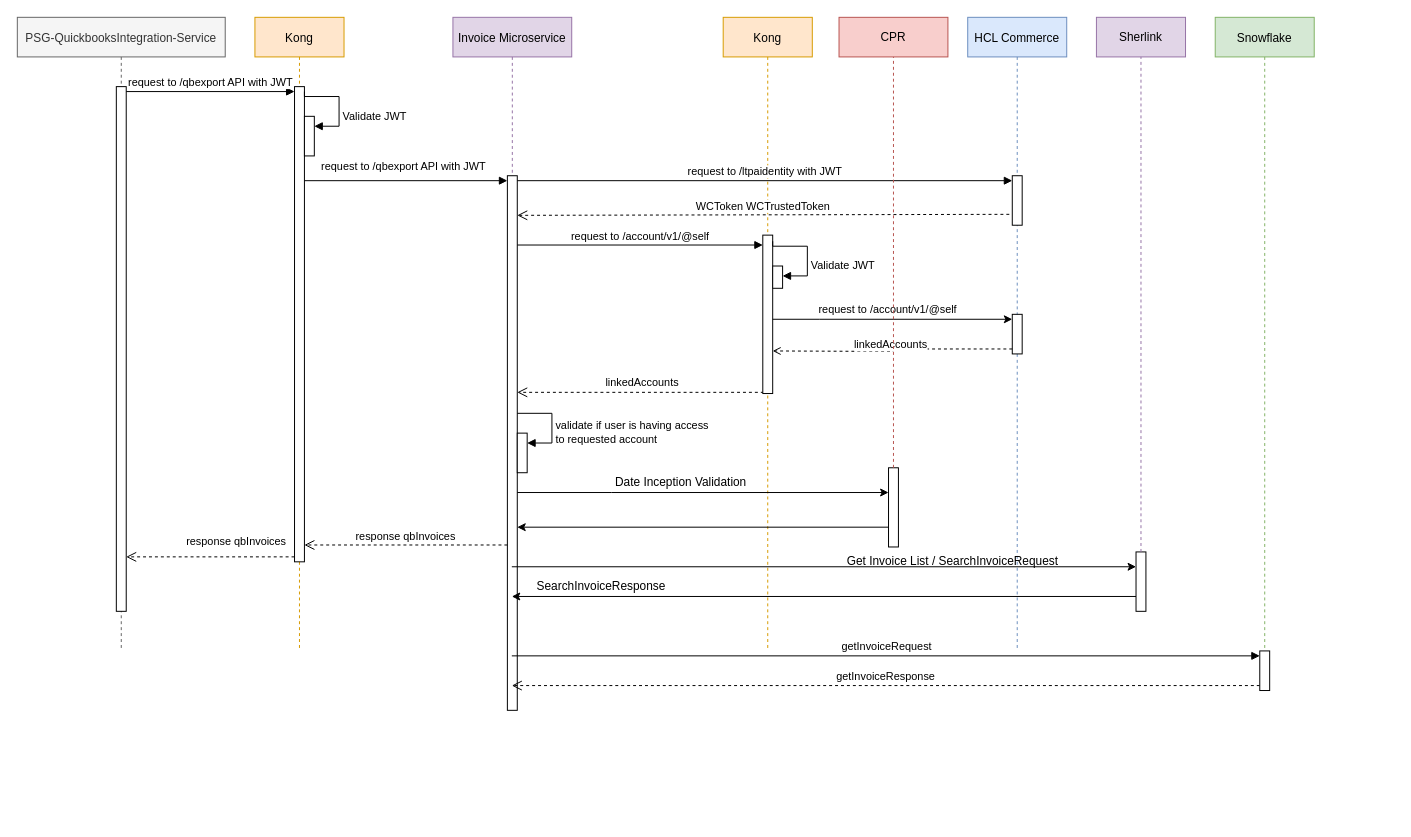
The draw.io diagram Invoice Microservice QBExport Sequence Diagram.drawio.xml in mem848/Draw.IO, before the edit. Source tidied: cells renumbered, new cells numbered last; positions are measured from the earlier drawing's top-left corner, leaving out a move shared by most shapes. Both pictures are drawn from the tidied source at 99%, with x=0, y=0 at pixel (17, 17).
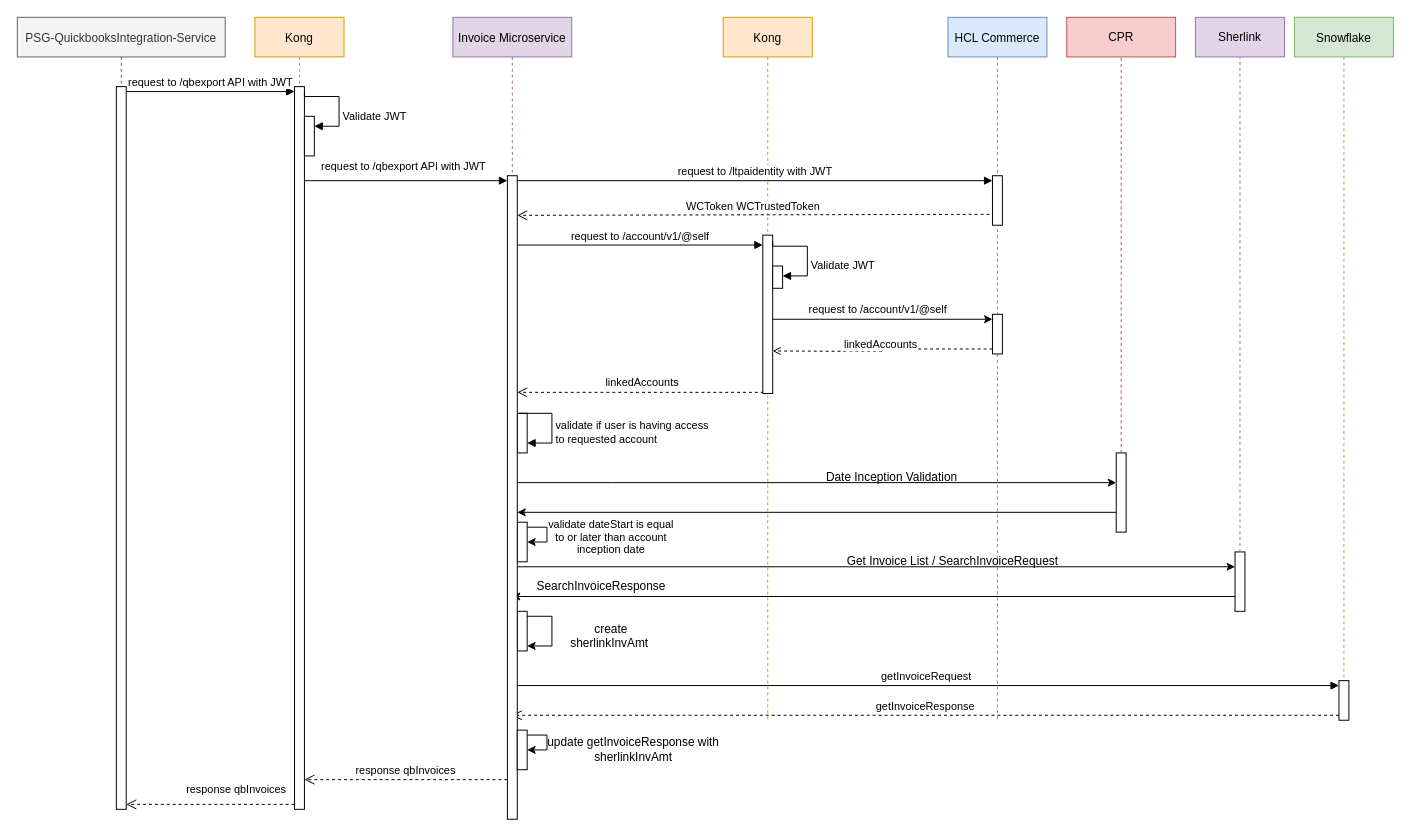
After the change.

Diff of the diagram source:
```diff
@@
     <mxCell id="2" value="PSG-QuickbooksIntegration-Service" style="shape=umlLifeline;perimeter=lifelinePerimeter;rounded=0;shadow=0;strokeWidth=1;fillColor=#f5f5f5;strokeColor=#666666;fontColor=#333333;" parent="1" vertex="1">
-      <mxGeometry width="210" height="640" as="geometry" />
+      <mxGeometry width="210" height="800" as="geometry" />
     </mxCell>
     <mxCell id="3" style="html=1;points=[[0,0,0,0,5],[0,1,0,0,-5],[1,0,0,0,5],[1,1,0,0,-5]];perimeter=orthogonalPerimeter;outlineConnect=0;targetShapes=umlLifeline;portConstraint=eastwest;newEdgeStyle={&quot;curved&quot;:0,&quot;rounded&quot;:0};" parent="2" vertex="1">
-      <mxGeometry x="100" y="70" width="10" height="530" as="geometry" />
+      <mxGeometry x="100" y="70" width="10" height="730" as="geometry" />
     </mxCell>
     <mxCell id="4" value="Invoice Microservice" style="shape=umlLifeline;perimeter=lifelinePerimeter;rounded=0;shadow=0;strokeWidth=1;fillColor=#e1d5e7;strokeColor=#9673a6;" parent="1" vertex="1">
-      <mxGeometry x="440" width="120" height="700" as="geometry" />
+      <mxGeometry x="440" width="120" height="730" as="geometry" />
     </mxCell>
-    <mxCell id="5" style="html=1;points=[[0,0,0,0,5],[0,1,0,0,-5],[1,0,0,0,5],[1,1,0,0,-5]];perimeter=orthogonalPerimeter;outlineConnect=0;targetShapes=umlLifeline;portConstraint=eastwest;newEdgeStyle={&quot;curved&quot;:0,&quot;rounded&quot;:0};" parent="4" vertex="1">
-      <mxGeometry x="55" y="160" width="10" height="540" as="geometry" />
-    </mxCell>
     <mxCell id="6" style="html=1;points=[[0,0,0,0,5],[0,1,0,0,-5],[1,0,0,0,5],[1,1,0,0,-5]];perimeter=orthogonalPerimeter;outlineConnect=0;targetShapes=umlLifeline;portConstraint=eastwest;newEdgeStyle={&quot;curved&quot;:0,&quot;rounded&quot;:0};" parent="4" vertex="1">
-      <mxGeometry x="65" y="420" width="10" height="40" as="geometry" />
+      <mxGeometry x="65" y="400" width="10" height="40" as="geometry" />
     </mxCell>
@@
+    <mxCell id="53" style="html=1;points=[[0,0,0,0,5],[0,1,0,0,-5],[1,0,0,0,5],[1,1,0,0,-5]];perimeter=orthogonalPerimeter;outlineConnect=0;targetShapes=umlLifeline;portConstraint=eastwest;newEdgeStyle={&quot;curved&quot;:0,&quot;rounded&quot;:0};" parent="4" vertex="1">
+      <mxGeometry x="65" y="510" width="10" height="40" as="geometry" />
+    </mxCell>
+    <mxCell id="54" style="edgeStyle=orthogonalEdgeStyle;rounded=0;orthogonalLoop=1;jettySize=auto;html=1;curved=0;exitX=1;exitY=0;exitDx=0;exitDy=5;exitPerimeter=0;" parent="4" edge="1" source="53" target="53">
+      <mxGeometry relative="1" as="geometry" />
+    </mxCell>
+    <mxCell id="55" style="html=1;points=[[0,0,0,0,5],[0,1,0,0,-5],[1,0,0,0,5],[1,1,0,0,-5]];perimeter=orthogonalPerimeter;outlineConnect=0;targetShapes=umlLifeline;portConstraint=eastwest;newEdgeStyle={&quot;curved&quot;:0,&quot;rounded&quot;:0};" parent="4" vertex="1">
+      <mxGeometry x="65" y="600" width="10" height="40" as="geometry" />
+    </mxCell>
+    <mxCell id="56" style="endArrow=classic;html=1;rounded=0;exitX=1;exitY=0;exitDx=0;exitDy=5;exitPerimeter=0;" parent="4" edge="1" source="55" target="55">
+      <mxGeometry relative="1" as="geometry">
+        <Array as="points">
+          <mxPoint x="100" y="605" />
+        </Array>
+      </mxGeometry>
+    </mxCell>
+    <mxCell id="57" style="endArrow=classic;html=1;rounded=0;exitX=0;exitY=1;exitDx=0;exitDy=-5;exitPerimeter=0;" parent="4" edge="1">
+      <mxGeometry relative="1" as="geometry">
+        <mxPoint x="670" y="500" as="sourcePoint" />
+        <mxPoint x="65" y="500" as="targetPoint" />
+      </mxGeometry>
+    </mxCell>
     <mxCell id="8" value="HCL Commerce" style="shape=umlLifeline;perimeter=lifelinePerimeter;rounded=0;shadow=0;strokeWidth=1;fillColor=#dae8fc;strokeColor=#6c8ebf;" parent="1" vertex="1">
-      <mxGeometry x="960" width="100" height="640" as="geometry" />
+      <mxGeometry x="940" width="100" height="710" as="geometry" />
     </mxCell>
@@
     <mxCell id="11" value="Snowflake" style="shape=umlLifeline;perimeter=lifelinePerimeter;rounded=0;shadow=0;strokeWidth=1;fillColor=#d5e8d4;strokeColor=#82b366;" parent="1" vertex="1">
-      <mxGeometry x="1210" width="100" height="640" as="geometry" />
+      <mxGeometry x="1290" width="100" height="670" as="geometry" />
     </mxCell>
     <mxCell id="12" value="Kong" style="shape=umlLifeline;perimeter=lifelinePerimeter;rounded=0;shadow=0;strokeWidth=1;fillColor=#ffe6cc;strokeColor=#d79b00;" parent="1" vertex="1">
-      <mxGeometry x="240" width="90" height="640" as="geometry" />
+      <mxGeometry x="240" width="90" height="800" as="geometry" />
     </mxCell>
@@
     <mxCell id="15" style="html=1;points=[[0,0,0,0,5],[0,1,0,0,-5],[1,0,0,0,5],[1,1,0,0,-5]];perimeter=orthogonalPerimeter;outlineConnect=0;targetShapes=umlLifeline;portConstraint=eastwest;newEdgeStyle={&quot;curved&quot;:0,&quot;rounded&quot;:0};" parent="12" vertex="1">
-      <mxGeometry x="40" y="70" width="10" height="480" as="geometry" />
+      <mxGeometry x="40" y="70" width="10" height="730" as="geometry" />
     </mxCell>
@@
     <mxCell id="20" value="response qbInvoices" style="html=1;verticalAlign=bottom;endArrow=open;dashed=1;endSize=8;curved=0;rounded=0;exitX=0;exitY=1;exitDx=0;exitDy=-5;" parent="1" edge="1">
       <mxGeometry relative="1" as="geometry">
-        <mxPoint x="495" y="533" as="sourcePoint" />
-        <mxPoint x="290" y="533" as="targetPoint" />
+        <mxPoint x="495" y="770" as="sourcePoint" />
+        <mxPoint x="290" y="770" as="targetPoint" />
       </mxGeometry>
     </mxCell>
@@
     <mxCell id="26" value="Kong" style="shape=umlLifeline;perimeter=lifelinePerimeter;rounded=0;shadow=0;strokeWidth=1;fillColor=#ffe6cc;strokeColor=#d79b00;" parent="1" vertex="1">
-      <mxGeometry x="713" width="90" height="640" as="geometry" />
+      <mxGeometry x="713" width="90" height="710" as="geometry" />
     </mxCell>
@@
     <mxCell id="39" value="CPR" style="rounded=0;whiteSpace=wrap;html=1;fillColor=#f8cecc;strokeColor=#b85450;" parent="1" vertex="1">
-      <mxGeometry x="830" width="110" height="40" as="geometry" />
+      <mxGeometry x="1060" width="110" height="40" as="geometry" />
     </mxCell>
-    <mxCell id="40" style="edgeStyle=orthogonalEdgeStyle;rounded=0;jettySize=auto;html=1;curved=0;exitX=0;exitY=1;exitDx=0;exitDy=-5;exitPerimeter=0;" parent="1" edge="1" source="41" target="5">
-      <mxGeometry relative="1" as="geometry">
-        <Array as="points">
-          <mxPoint x="500" y="515" />
-          <mxPoint x="500" y="515" />
-        </Array>
-      </mxGeometry>
-    </mxCell>
     <mxCell id="41" style="html=1;points=[[0,0,0,0,5],[0,1,0,0,-5],[1,0,0,0,5],[1,1,0,0,-5]];perimeter=orthogonalPerimeter;outlineConnect=0;targetShapes=umlLifeline;portConstraint=eastwest;newEdgeStyle={&quot;curved&quot;:0,&quot;rounded&quot;:0};" parent="1" vertex="1">
-      <mxGeometry x="880" y="455" width="10" height="80" as="geometry" />
+      <mxGeometry x="1110" y="440" width="10" height="80" as="geometry" />
     </mxCell>
-    <mxCell id="42" style="endArrow=none;dashed=1;html=1;rounded=0;fillColor=#f8cecc;strokeColor=#b85450;" parent="1" edge="1" source="41">
+    <mxCell id="42" style="endArrow=none;dashed=1;html=1;rounded=0;fillColor=#f8cecc;strokeColor=#b85450;entryX=0.5;entryY=1;entryDx=0;entryDy=0;" parent="1" edge="1" source="41" target="39">
       <mxGeometry relative="1" as="geometry">
-        <mxPoint x="885" y="40" as="targetPoint" />
+        <Array as="points">
+          <mxPoint x="1115" y="260" />
+        </Array>
       </mxGeometry>
     </mxCell>
-    <mxCell id="43" style="endArrow=classic;html=1;rounded=0;" parent="1" edge="1" source="5" target="41">
+    <mxCell id="43" style="endArrow=classic;html=1;rounded=0;" parent="1" edge="1" target="41">
       <mxGeometry relative="1" as="geometry">
+        <mxPoint x="500" y="470" as="sourcePoint" />
         <Array as="points">
-          <mxPoint x="600" y="480" />
+          <mxPoint x="600" y="470" />
         </Array>
       </mxGeometry>
     </mxCell>
     <mxCell id="44" value="Date Inception Validation" style="text;html=1;align=center;verticalAlign=middle;strokeColor=none;fillColor=none;" parent="1" vertex="1">
-      <mxGeometry x="590" y="455" width="160" height="30" as="geometry" />
+      <mxGeometry x="803" y="450" width="160" height="30" as="geometry" />
     </mxCell>
     <mxCell id="45" value="Sherlink" style="rounded=0;whiteSpace=wrap;html=1;fillColor=#e1d5e7;strokeColor=#9673a6;" parent="1" vertex="1">
-      <mxGeometry x="1090" width="90" height="40" as="geometry" />
+      <mxGeometry x="1190" width="90" height="40" as="geometry" />
     </mxCell>
     <mxCell id="46" style="html=1;points=[[0,0,0,0,5],[0,1,0,0,-5],[1,0,0,0,5],[1,1,0,0,-5]];perimeter=orthogonalPerimeter;outlineConnect=0;targetShapes=umlLifeline;portConstraint=eastwest;newEdgeStyle={&quot;curved&quot;:0,&quot;rounded&quot;:0};" parent="1" vertex="1">
-      <mxGeometry x="1255" y="640" width="10" height="40" as="geometry" />
+      <mxGeometry x="1335" y="670" width="10" height="40" as="geometry" />
     </mxCell>
     <mxCell id="47" style="rounded=0;whiteSpace=wrap;html=1;" parent="1" vertex="1">
-      <mxGeometry x="1130" y="540" width="10" height="60" as="geometry" />
+      <mxGeometry x="1230" y="540" width="10" height="60" as="geometry" />
     </mxCell>
@@
+    <mxCell id="58" value="validate dateStart is equal to or later than account inception date" style="text;html=1;align=center;verticalAlign=middle;whiteSpace=wrap;rounded=0;fontSize=11;" parent="1" vertex="1">
+      <mxGeometry x="530" y="510" width="140" height="30" as="geometry" />
+    </mxCell>
+    <mxCell id="59" value="create sherlinkInvAmt&amp;nbsp;" style="text;html=1;align=center;verticalAlign=middle;whiteSpace=wrap;rounded=0;" parent="1" vertex="1">
+      <mxGeometry x="540" y="610" width="120" height="30" as="geometry" />
+    </mxCell>
+    <mxCell id="5" style="html=1;points=[[0,0,0,0,5],[0,1,0,0,-5],[1,0,0,0,5],[1,1,0,0,-5]];perimeter=orthogonalPerimeter;outlineConnect=0;targetShapes=umlLifeline;portConstraint=eastwest;newEdgeStyle={&quot;curved&quot;:0,&quot;rounded&quot;:0};" parent="1" vertex="1">
+      <mxGeometry x="495" y="160" width="10" height="650" as="geometry" />
+    </mxCell>
+    <mxCell id="60" style="edgeStyle=orthogonalEdgeStyle;rounded=0;orthogonalLoop=1;jettySize=auto;html=1;curved=0;exitX=1;exitY=0;exitDx=0;exitDy=5;exitPerimeter=0;" parent="1" edge="1" source="61" target="61">
+      <mxGeometry relative="1" as="geometry" />
+    </mxCell>
+    <mxCell id="61" style="html=1;points=[[0,0,0,0,5],[0,1,0,0,-5],[1,0,0,0,5],[1,1,0,0,-5]];perimeter=orthogonalPerimeter;outlineConnect=0;targetShapes=umlLifeline;portConstraint=eastwest;newEdgeStyle={&quot;curved&quot;:0,&quot;rounded&quot;:0};" parent="1" vertex="1">
+      <mxGeometry x="505" y="720" width="10" height="40" as="geometry" />
+    </mxCell>
+    <mxCell id="62" value="update getInvoiceResponse with sherlinkInvAmt" style="text;html=1;align=center;verticalAlign=middle;whiteSpace=wrap;rounded=0;" parent="1" vertex="1">
+      <mxGeometry x="530" y="712.5" width="185" height="55" as="geometry" />
+    </mxCell>
```
